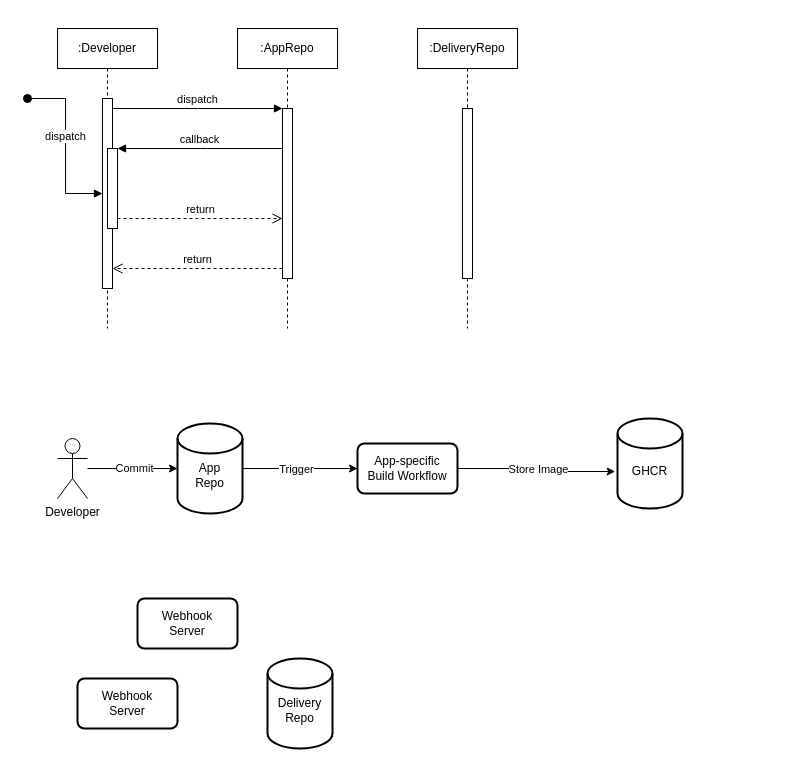
Above: Untitled Diagram.drawio in arikkfir/devbot (draw.io), before the change. Source tidied: cells renumbered, new cells numbered last; positions are measured from the earlier drawing's top-left corner, leaving out a move shared by most shapes. Both pictures are drawn from the tidied source at 100%, with x=0, y=0 at pixel (27, 28).
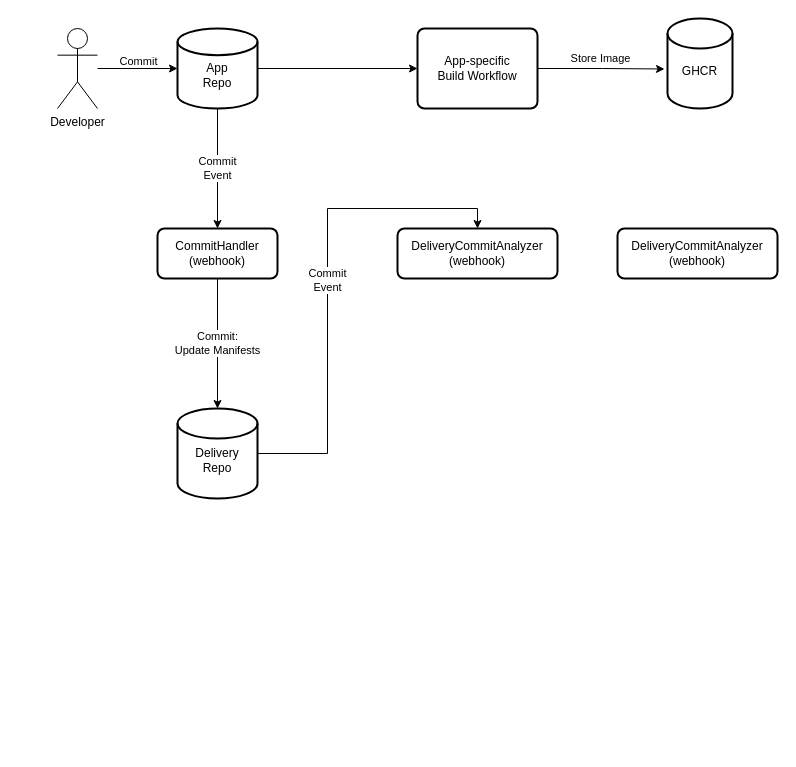
The same page after the edit.

The change refers to these unchanged cells:
```xml
<mxCell id="17" style="edgeStyle=orthogonalEdgeStyle;rounded=0;jettySize=auto;html=1;entryX=0;entryY=0.5;entryDx=0;entryDy=0;" parent="1" edge="1" source="19" target="14">
  <mxGeometry relative="1" as="geometry" />
</mxCell>
<mxCell id="22" style="edgeStyle=orthogonalEdgeStyle;rounded=0;jettySize=auto;html=1;entryX=0;entryY=0.5;entryDx=0;entryDy=0;entryPerimeter=0;" parent="1" edge="1" source="21" target="19">
  <mxGeometry relative="1" as="geometry" />
</mxCell>
```

Diff of the diagram source:
```diff
@@
-    <mxCell id="2" value=":Developer" style="shape=umlLifeline;perimeter=lifelinePerimeter;whiteSpace=wrap;html=1;newEdgeStyle={&quot;edgeStyle&quot;:&quot;elbowEdgeStyle&quot;,&quot;elbow&quot;:&quot;vertical&quot;,&quot;curved&quot;:0,&quot;rounded&quot;:0};" parent="1" vertex="1">
-      <mxGeometry x="30" width="100" height="300" as="geometry" />
-    </mxCell>
-    <mxCell id="3" style="html=1;points=[];perimeter=orthogonalPerimeter;outlineConnect=0;targetShapes=umlLifeline;portConstraint=eastwest;newEdgeStyle={&quot;edgeStyle&quot;:&quot;elbowEdgeStyle&quot;,&quot;elbow&quot;:&quot;vertical&quot;,&quot;curved&quot;:0,&quot;rounded&quot;:0};" parent="2" vertex="1">
-      <mxGeometry x="45" y="70" width="10" height="190" as="geometry" />
-    </mxCell>
-    <mxCell id="4" value="dispatch" style="html=1;verticalAlign=bottom;startArrow=oval;endArrow=block;startSize=8;edgeStyle=elbowEdgeStyle;elbow=horizontal;curved=0;rounded=0;" parent="2" edge="1" target="3">
-      <mxGeometry relative="1" as="geometry">
-        <mxPoint x="-30" y="70" as="sourcePoint" />
-      </mxGeometry>
-    </mxCell>
-    <mxCell id="5" style="html=1;points=[];perimeter=orthogonalPerimeter;outlineConnect=0;targetShapes=umlLifeline;portConstraint=eastwest;newEdgeStyle={&quot;edgeStyle&quot;:&quot;elbowEdgeStyle&quot;,&quot;elbow&quot;:&quot;vertical&quot;,&quot;curved&quot;:0,&quot;rounded&quot;:0};" parent="2" vertex="1">
-      <mxGeometry x="50" y="120" width="10" height="80" as="geometry" />
-    </mxCell>
-    <mxCell id="6" value=":AppRepo" style="shape=umlLifeline;perimeter=lifelinePerimeter;whiteSpace=wrap;html=1;newEdgeStyle={&quot;edgeStyle&quot;:&quot;elbowEdgeStyle&quot;,&quot;elbow&quot;:&quot;vertical&quot;,&quot;curved&quot;:0,&quot;rounded&quot;:0};" parent="1" vertex="1">
-      <mxGeometry x="210" width="100" height="300" as="geometry" />
-    </mxCell>
-    <mxCell id="7" style="html=1;points=[];perimeter=orthogonalPerimeter;outlineConnect=0;targetShapes=umlLifeline;portConstraint=eastwest;newEdgeStyle={&quot;edgeStyle&quot;:&quot;elbowEdgeStyle&quot;,&quot;elbow&quot;:&quot;vertical&quot;,&quot;curved&quot;:0,&quot;rounded&quot;:0};" parent="6" vertex="1">
-      <mxGeometry x="45" y="80" width="10" height="170" as="geometry" />
-    </mxCell>
-    <mxCell id="8" value="dispatch" style="html=1;verticalAlign=bottom;endArrow=block;edgeStyle=elbowEdgeStyle;elbow=vertical;curved=0;rounded=0;" parent="1" edge="1" source="3" target="7">
-      <mxGeometry relative="1" as="geometry">
-        <Array as="points">
-          <mxPoint x="170" y="80" />
-        </Array>
-      </mxGeometry>
-    </mxCell>
-    <mxCell id="9" value="return" style="html=1;verticalAlign=bottom;endArrow=open;dashed=1;endSize=8;edgeStyle=elbowEdgeStyle;elbow=vertical;curved=0;rounded=0;" parent="1" edge="1" source="7" target="3">
-      <mxGeometry relative="1" as="geometry">
-        <Array as="points">
-          <mxPoint x="180" y="240" />
-        </Array>
-      </mxGeometry>
-    </mxCell>
-    <mxCell id="10" value="callback" style="html=1;verticalAlign=bottom;endArrow=block;edgeStyle=elbowEdgeStyle;elbow=vertical;curved=0;rounded=0;" parent="1" edge="1" source="7" target="5">
-      <mxGeometry relative="1" as="geometry">
-        <Array as="points">
-          <mxPoint x="180" y="120" />
-        </Array>
-      </mxGeometry>
-    </mxCell>
-    <mxCell id="11" value="return" style="html=1;verticalAlign=bottom;endArrow=open;dashed=1;endSize=8;edgeStyle=elbowEdgeStyle;elbow=vertical;curved=0;rounded=0;" parent="1" edge="1" source="5" target="7">
-      <mxGeometry relative="1" as="geometry">
-        <Array as="points">
-          <mxPoint x="170" y="190" />
-        </Array>
-      </mxGeometry>
-    </mxCell>
-    <mxCell id="12" value=":DeliveryRepo" style="shape=umlLifeline;perimeter=lifelinePerimeter;whiteSpace=wrap;html=1;newEdgeStyle={&quot;edgeStyle&quot;:&quot;elbowEdgeStyle&quot;,&quot;elbow&quot;:&quot;vertical&quot;,&quot;curved&quot;:0,&quot;rounded&quot;:0};" parent="1" vertex="1">
-      <mxGeometry x="390" width="100" height="300" as="geometry" />
-    </mxCell>
-    <mxCell id="13" style="html=1;perimeter=orthogonalPerimeter;targetShapes=umlLifeline;newEdgeStyle={&quot;edgeStyle&quot;:&quot;elbowEdgeStyle&quot;,&quot;elbow&quot;:&quot;vertical&quot;,&quot;curved&quot;:0,&quot;rounded&quot;:0};" parent="12" vertex="1">
-      <mxGeometry x="45" y="80" width="10" height="170" as="geometry" />
-    </mxCell>
     <mxCell id="14" value="App-specific&lt;br&gt;Build Workflow" style="rounded=1;whiteSpace=wrap;html=1;absoluteArcSize=1;arcSize=14;strokeWidth=2;" parent="1" vertex="1">
-      <mxGeometry x="330" y="415" width="100" height="50" as="geometry" />
+      <mxGeometry x="390" width="120" height="80" as="geometry" />
     </mxCell>
-    <mxCell id="15" value="Webhook&lt;br&gt;Server" style="rounded=1;whiteSpace=wrap;html=1;absoluteArcSize=1;arcSize=14;strokeWidth=2;" parent="1" vertex="1">
-      <mxGeometry x="110" y="570" width="100" height="50" as="geometry" />
+    <mxCell id="15" value="CommitHandler&lt;br&gt;(webhook)" style="rounded=1;whiteSpace=wrap;html=1;absoluteArcSize=1;arcSize=14;strokeWidth=2;" parent="1" vertex="1">
+      <mxGeometry x="130" y="200" width="120" height="50" as="geometry" />
     </mxCell>
-    <mxCell id="16" value="Webhook&lt;br&gt;Server" style="rounded=1;whiteSpace=wrap;html=1;absoluteArcSize=1;arcSize=14;strokeWidth=2;" parent="1" vertex="1">
-      <mxGeometry x="50" y="650" width="100" height="50" as="geometry" />
-    </mxCell>
+    <mxCell id="27" value="Commit&lt;br&gt;Event" style="edgeStyle=orthogonalEdgeStyle;rounded=0;jettySize=auto;html=1;entryX=0.5;entryY=0;entryDx=0;entryDy=0;" parent="1" edge="1" source="19" target="15">
+      <mxGeometry relative="1" as="geometry" />
+    </mxCell>
@@
-    <mxCell id="18" value="Trigger" style="edgeLabel;html=1;align=center;verticalAlign=middle;" parent="17" vertex="1">
-      <mxGeometry x="-0.07" relative="1" as="geometry" />
-    </mxCell>
     <mxCell id="19" value="&lt;br&gt;App&lt;br&gt;Repo" style="strokeWidth=2;html=1;shape=mxgraph.flowchart.database;whiteSpace=wrap;" parent="1" vertex="1">
-      <mxGeometry x="150" y="395" width="65" height="90" as="geometry" />
+      <mxGeometry x="150" width="80" height="80" as="geometry" />
     </mxCell>
+    <mxCell id="28" value="Commit&lt;br&gt;Event" style="edgeStyle=orthogonalEdgeStyle;rounded=0;jettySize=auto;html=1;entryX=0.5;entryY=1;entryDx=0;entryDy=0;" parent="1" edge="1" source="20" target="30">
+      <mxGeometry relative="1" as="geometry" />
+    </mxCell>
     <mxCell id="20" value="&lt;br&gt;Delivery&lt;br&gt;Repo" style="strokeWidth=2;html=1;shape=mxgraph.flowchart.database;whiteSpace=wrap;" parent="1" vertex="1">
-      <mxGeometry x="240" y="630" width="65" height="90" as="geometry" />
+      <mxGeometry x="150" y="380" width="80" height="90" as="geometry" />
     </mxCell>
     <mxCell id="21" value="Developer" style="shape=umlActor;verticalLabelPosition=bottom;verticalAlign=top;html=1;outlineConnect=0;" parent="1" vertex="1">
-      <mxGeometry x="30" y="410" width="30" height="60" as="geometry" />
+      <mxGeometry x="30" width="40" height="80" as="geometry" />
     </mxCell>
@@
     <mxCell id="23" value="Commit" style="edgeLabel;html=1;align=center;verticalAlign=middle;" parent="22" vertex="1">
       <mxGeometry x="0.06" y="-2" relative="1" as="geometry">
-        <mxPoint x="-2" y="-3" as="offset" />
+        <mxPoint x="-2" y="-10" as="offset" />
       </mxGeometry>
     </mxCell>
     <mxCell id="24" value="&lt;br&gt;GHCR" style="strokeWidth=2;html=1;shape=mxgraph.flowchart.database;whiteSpace=wrap;" parent="1" vertex="1">
-      <mxGeometry x="590" y="390" width="65" height="90" as="geometry" />
+      <mxGeometry x="640" y="-10" width="65" height="90" as="geometry" />
     </mxCell>
-    <mxCell id="25" style="edgeStyle=orthogonalEdgeStyle;rounded=0;jettySize=auto;html=1;entryX=-0.036;entryY=0.589;entryDx=0;entryDy=0;entryPerimeter=0;" parent="1" edge="1" source="14" target="24">
+    <mxCell id="25" style="edgeStyle=orthogonalEdgeStyle;rounded=0;jettySize=auto;html=1;entryX=-0.046;entryY=0.561;entryDx=0;entryDy=0;entryPerimeter=0;" parent="1" edge="1" source="14" target="24">
       <mxGeometry relative="1" as="geometry" />
     </mxCell>
     <mxCell id="26" value="Store Image" style="edgeLabel;html=1;align=center;verticalAlign=middle;" parent="25" vertex="1">
       <mxGeometry x="0.18" y="1" relative="1" as="geometry">
-        <mxPoint x="-12" y="-2" as="offset" />
+        <mxPoint x="-12" y="-10" as="offset" />
       </mxGeometry>
     </mxCell>
+    <mxCell id="29" value="Commit:&lt;br&gt;Update Manifests" style="edgeStyle=orthogonalEdgeStyle;rounded=0;jettySize=auto;html=1;entryX=0.5;entryY=0;entryDx=0;entryDy=0;entryPerimeter=0;" parent="1" edge="1" source="15" target="20">
+      <mxGeometry relative="1" as="geometry" />
+    </mxCell>
+    <mxCell id="30" value="DeliveryCommitAnalyzer&lt;br&gt;(webhook)" style="rounded=1;whiteSpace=wrap;html=1;absoluteArcSize=1;arcSize=14;strokeWidth=2;direction=west;" parent="1" vertex="1">
+      <mxGeometry x="370" y="200" width="160" height="50" as="geometry" />
+    </mxCell>
+    <mxCell id="31" value="DeliveryCommitAnalyzer&lt;br&gt;(webhook)" style="rounded=1;whiteSpace=wrap;html=1;absoluteArcSize=1;arcSize=14;strokeWidth=2;" parent="1" vertex="1">
+      <mxGeometry x="590" y="200" width="160" height="50" as="geometry" />
+    </mxCell>
```
